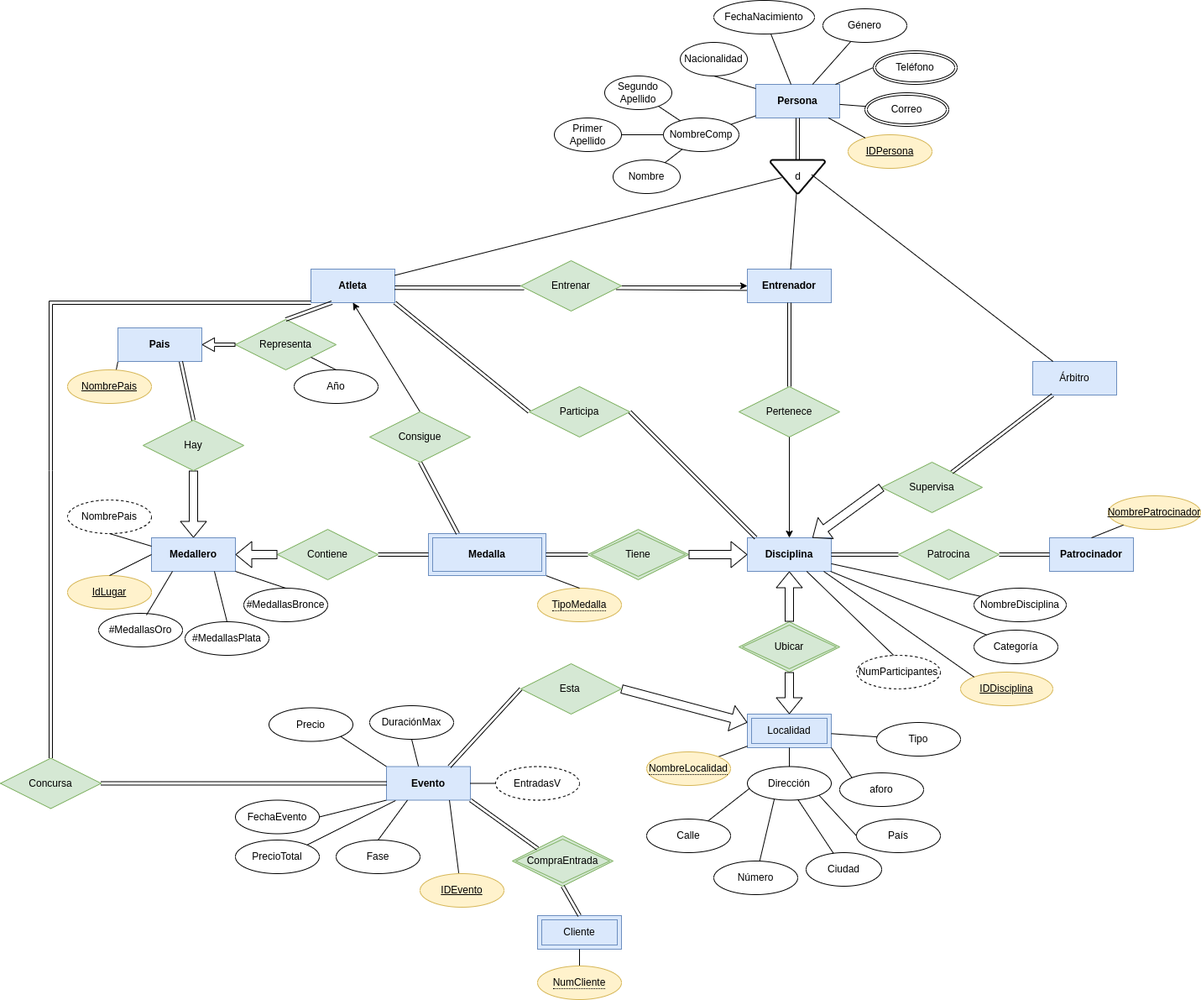
Above: practicas/Práctica04_Excelbenders/Diagramas/DiagramaOlimpiadas.drawio.png in JuanSosaCiencias/TrabajosBDD (draw.io), before the change. Source tidied: cells renumbered, new cells last; positions are measured from the earlier drawing's top-left corner, leaving out a move shared by most shapes.
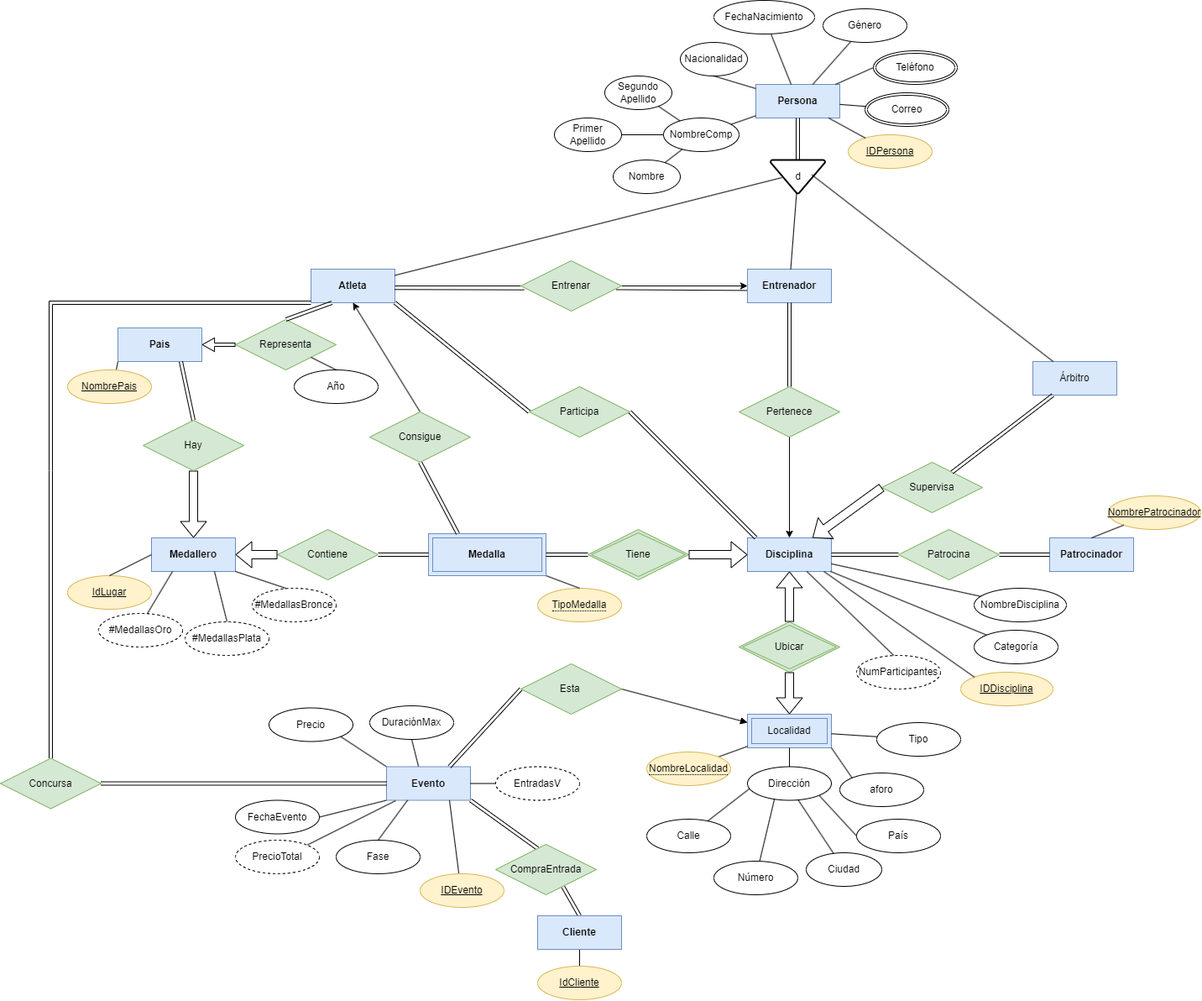
After the commit.

Commit message:
update: agrego el diagrama ER de Olimpiadas actualizado a lo mejor que pudimos.

Change to the diagram source:
```diff
@@ -249,7 +249,7 @@
     <mxCell id="79" style="endArrow=block;html=1;rounded=0;exitX=0;exitY=0.5;exitDx=0;exitDy=0;entryX=0.75;entryY=0;entryDx=0;entryDy=0;shape=link;startArrow=none;startFill=0;" parent="1" edge="1" source="107" target="73">
       <mxGeometry relative="1" as="geometry" />
     </mxCell>
-    <mxCell id="80" style="endArrow=block;html=1;rounded=0;entryX=0;entryY=0.25;entryDx=0;entryDy=0;shape=flexArrow;startArrow=none;startFill=0;exitX=1;exitY=0.5;exitDx=0;exitDy=0;" parent="1" edge="1" source="107" target="29">
+    <mxCell id="80" style="endArrow=block;html=1;rounded=0;entryX=0;entryY=0.25;entryDx=0;entryDy=0;startArrow=none;startFill=0;exitX=1;exitY=0.5;exitDx=0;exitDy=0;" parent="1" edge="1" source="107" target="29">
       <mxGeometry relative="1" as="geometry" />
     </mxCell>
     <mxCell id="81" value="DuraciónMax" style="ellipse;whiteSpace=wrap;html=1;align=center;" parent="1" vertex="1">
@@ -344,32 +344,28 @@
     <mxCell id="109" style="endArrow=none;html=1;rounded=0;entryX=1;entryY=0.5;entryDx=0;entryDy=0;exitX=0;exitY=0.5;exitDx=0;exitDy=0;" parent="1" edge="1" source="108" target="73">
       <mxGeometry relative="1" as="geometry" />
     </mxCell>
-    <mxCell id="110" value="Cliente" style="shape=ext;margin=3;double=1;whiteSpace=wrap;html=1;align=center;fillColor=#dae8fc;strokeColor=#6c8ebf;" parent="1" vertex="1">
-      <mxGeometry x="640" y="1090" width="100" height="40" as="geometry" />
-    </mxCell>
-    <mxCell id="111" value="PrecioTotal" style="ellipse;whiteSpace=wrap;html=1;align=center;" parent="1" vertex="1">
-      <mxGeometry x="280" y="1000" width="100" height="40" as="geometry" />
-    </mxCell>
-    <mxCell id="112" style="endArrow=none;html=1;rounded=0;exitX=0.108;exitY=1.012;exitDx=0;exitDy=0;entryX=1;entryY=0;entryDx=0;entryDy=0;exitPerimeter=0;" parent="1" edge="1" source="73" target="111">
-      <mxGeometry relative="1" as="geometry" />
+    <mxCell id="112" style="endArrow=none;html=1;rounded=0;exitX=0.108;exitY=1.012;exitDx=0;exitDy=0;entryX=1;entryY=0;entryDx=0;entryDy=0;exitPerimeter=0;" parent="1" edge="1" source="73">
+      <mxGeometry relative="1" as="geometry">
+        <mxPoint x="365.4" y="1005.9" as="targetPoint" />
+      </mxGeometry>
     </mxCell>
-    <mxCell id="113" style="endArrow=none;html=1;rounded=0;entryX=0.5;entryY=1;entryDx=0;entryDy=0;exitX=0.5;exitY=0;exitDx=0;exitDy=0;" parent="1" edge="1" target="110">
+    <mxCell id="113" style="endArrow=none;html=1;rounded=0;entryX=0.5;entryY=1;entryDx=0;entryDy=0;exitX=0.5;exitY=0;exitDx=0;exitDy=0;" parent="1" edge="1">
       <mxGeometry relative="1" as="geometry">
         <mxPoint x="690" y="1150" as="sourcePoint" />
+        <mxPoint x="690" y="1130" as="targetPoint" />
       </mxGeometry>
     </mxCell>
-    <mxCell id="114" value="CompraEntrada" style="shape=rhombus;double=1;perimeter=rhombusPerimeter;whiteSpace=wrap;html=1;align=center;fillColor=#d5e8d4;strokeColor=#82b366;" parent="1" vertex="1">
-      <mxGeometry x="610" y="995" width="120" height="60" as="geometry" />
-    </mxCell>
-    <mxCell id="115" style="endArrow=none;html=1;rounded=0;entryX=0.5;entryY=0;entryDx=0;entryDy=0;exitX=0.5;exitY=1;exitDx=0;exitDy=0;shape=link;" parent="1" edge="1" source="114" target="110">
-      <mxGeometry relative="1" as="geometry" />
+    <mxCell id="115" style="endArrow=none;html=1;rounded=0;entryX=0.5;entryY=0;entryDx=0;entryDy=0;exitX=0.5;exitY=1;exitDx=0;exitDy=0;shape=link;" parent="1" edge="1">
+      <mxGeometry relative="1" as="geometry">
+        <mxPoint x="670" y="1055" as="sourcePoint" />
+        <mxPoint x="690" y="1090" as="targetPoint" />
+      </mxGeometry>
     </mxCell>
-    <mxCell id="116" style="endArrow=none;html=1;rounded=0;entryX=0;entryY=0;entryDx=0;entryDy=0;exitX=1;exitY=1;exitDx=0;exitDy=0;shape=link;" parent="1" edge="1" source="73" target="114">
-      <mxGeometry relative="1" as="geometry" />
+    <mxCell id="116" style="endArrow=none;html=1;rounded=0;entryX=0;entryY=0;entryDx=0;entryDy=0;exitX=1;exitY=1;exitDx=0;exitDy=0;shape=link;" parent="1" edge="1" source="73">
+      <mxGeometry relative="1" as="geometry">
+        <mxPoint x="640" y="1010" as="targetPoint" />
+      </mxGeometry>
     </mxCell>
-    <mxCell id="117" value="&lt;span style=&quot;border-bottom: 1px dotted&quot;&gt;NumCliente&lt;/span&gt;" style="ellipse;whiteSpace=wrap;html=1;align=center;fillColor=#fff2cc;strokeColor=#d6b656;" parent="1" vertex="1">
-      <mxGeometry x="640" y="1150" width="100" height="40" as="geometry" />
-    </mxCell>
     <mxCell id="118" value="Tiene" style="shape=rhombus;double=1;perimeter=rhombusPerimeter;whiteSpace=wrap;html=1;align=center;fillColor=#d5e8d4;strokeColor=#82b366;" parent="1" vertex="1">
       <mxGeometry x="700" y="630" width="120" height="60" as="geometry" />
     </mxCell>
@@ -412,35 +408,26 @@
     <mxCell id="128" value="Medallero" style="whiteSpace=wrap;html=1;align=center;fontStyle=1;fillColor=#dae8fc;strokeColor=#6c8ebf;" parent="1" vertex="1">
       <mxGeometry x="180" y="640" width="100" height="40" as="geometry" />
     </mxCell>
-    <mxCell id="129" value="#MedallasOro" style="ellipse;whiteSpace=wrap;html=1;align=center;" parent="1" vertex="1">
-      <mxGeometry x="117" y="730" width="100" height="40" as="geometry" />
-    </mxCell>
     <mxCell id="130" value="IdLugar" style="ellipse;whiteSpace=wrap;html=1;align=center;fontStyle=4;fillColor=#fff2cc;strokeColor=#d6b656;" parent="1" vertex="1">
       <mxGeometry x="80" y="685" width="100" height="40" as="geometry" />
     </mxCell>
     <mxCell id="131" style="endArrow=none;html=1;rounded=0;entryX=0;entryY=0.5;entryDx=0;entryDy=0;exitX=0.5;exitY=0;exitDx=0;exitDy=0;startArrow=none;startFill=0;endFill=0;" parent="1" edge="1" source="130" target="128">
       <mxGeometry relative="1" as="geometry" />
     </mxCell>
-    <mxCell id="132" value="NombrePais" style="ellipse;whiteSpace=wrap;html=1;align=center;dashed=1;" parent="1" vertex="1">
-      <mxGeometry x="80" y="595" width="100" height="40" as="geometry" />
-    </mxCell>
-    <mxCell id="133" style="endArrow=none;html=1;rounded=0;entryX=0;entryY=0.25;entryDx=0;entryDy=0;exitX=0.5;exitY=1;exitDx=0;exitDy=0;startArrow=none;startFill=0;endFill=0;" parent="1" edge="1" source="132" target="128">
-      <mxGeometry relative="1" as="geometry" />
-    </mxCell>
-    <mxCell id="134" value="#MedallasPlata" style="ellipse;whiteSpace=wrap;html=1;align=center;" parent="1" vertex="1">
-      <mxGeometry x="220" y="740" width="100" height="40" as="geometry" />
-    </mxCell>
-    <mxCell id="135" value="#MedallasBronce" style="ellipse;whiteSpace=wrap;html=1;align=center;" parent="1" vertex="1">
-      <mxGeometry x="290" y="700" width="100" height="40" as="geometry" />
-    </mxCell>
-    <mxCell id="136" style="endArrow=none;html=1;rounded=0;entryX=0.25;entryY=1;entryDx=0;entryDy=0;exitX=0.57;exitY=0.05;exitDx=0;exitDy=0;startArrow=none;startFill=0;endFill=0;exitPerimeter=0;" parent="1" edge="1" source="129" target="128">
-      <mxGeometry relative="1" as="geometry" />
+    <mxCell id="136" style="endArrow=none;html=1;rounded=0;entryX=0.25;entryY=1;entryDx=0;entryDy=0;exitX=0.57;exitY=0.05;exitDx=0;exitDy=0;startArrow=none;startFill=0;endFill=0;exitPerimeter=0;" parent="1" edge="1" target="128">
+      <mxGeometry relative="1" as="geometry">
+        <mxPoint x="174" y="732" as="sourcePoint" />
+      </mxGeometry>
     </mxCell>
-    <mxCell id="137" style="endArrow=none;html=1;rounded=0;entryX=0.75;entryY=1;entryDx=0;entryDy=0;exitX=0.5;exitY=0;exitDx=0;exitDy=0;startArrow=none;startFill=0;endFill=0;" parent="1" edge="1" source="134" target="128">
-      <mxGeometry relative="1" as="geometry" />
+    <mxCell id="137" style="endArrow=none;html=1;rounded=0;entryX=0.75;entryY=1;entryDx=0;entryDy=0;exitX=0.5;exitY=0;exitDx=0;exitDy=0;startArrow=none;startFill=0;endFill=0;" parent="1" edge="1" target="128">
+      <mxGeometry relative="1" as="geometry">
+        <mxPoint x="270" y="740" as="sourcePoint" />
+      </mxGeometry>
     </mxCell>
-    <mxCell id="138" style="endArrow=none;html=1;rounded=0;entryX=1;entryY=1;entryDx=0;entryDy=0;exitX=0.5;exitY=0;exitDx=0;exitDy=0;startArrow=none;startFill=0;endFill=0;" parent="1" edge="1" source="135" target="128">
-      <mxGeometry relative="1" as="geometry" />
+    <mxCell id="138" style="endArrow=none;html=1;rounded=0;entryX=1;entryY=1;entryDx=0;entryDy=0;exitX=0.5;exitY=0;exitDx=0;exitDy=0;startArrow=none;startFill=0;endFill=0;" parent="1" edge="1" target="128">
+      <mxGeometry relative="1" as="geometry">
+        <mxPoint x="340" y="700" as="sourcePoint" />
+      </mxGeometry>
     </mxCell>
     <mxCell id="139" style="endArrow=block;html=1;rounded=0;entryX=1;entryY=0.5;entryDx=0;entryDy=0;exitX=0;exitY=0.5;exitDx=0;exitDy=0;startArrow=none;startFill=0;endFill=0;shape=flexArrow;" parent="1" edge="1" source="124" target="128">
       <mxGeometry relative="1" as="geometry" />
@@ -448,5 +435,26 @@
     <mxCell id="140" style="endArrow=none;html=1;rounded=0;entryX=1;entryY=0.5;entryDx=0;entryDy=0;exitX=0;exitY=0.5;exitDx=0;exitDy=0;startArrow=none;startFill=0;endFill=0;shape=link;" parent="1" edge="1" source="103" target="124">
       <mxGeometry relative="1" as="geometry" />
     </mxCell>
+    <mxCell id="111" value="PrecioTotal" style="ellipse;whiteSpace=wrap;html=1;align=center;dashed=1;" parent="1" vertex="1">
+      <mxGeometry x="280" y="1000" width="100" height="40" as="geometry" />
+    </mxCell>
+    <mxCell id="110" value="&lt;b&gt;Cliente&lt;/b&gt;" style="whiteSpace=wrap;html=1;align=center;fillColor=#dae8fc;strokeColor=#6c8ebf;" parent="1" vertex="1">
+      <mxGeometry x="640" y="1090" width="100" height="40" as="geometry" />
+    </mxCell>
+    <mxCell id="141" value="IdCliente" style="ellipse;whiteSpace=wrap;html=1;align=center;fontStyle=4;fillColor=#fff2cc;strokeColor=#d6b656;" parent="1" vertex="1">
+      <mxGeometry x="640" y="1150" width="100" height="40" as="geometry" />
+    </mxCell>
+    <mxCell id="114" value="CompraEntrada" style="shape=rhombus;perimeter=rhombusPerimeter;whiteSpace=wrap;html=1;align=center;fillColor=#d5e8d4;strokeColor=#82b366;" parent="1" vertex="1">
+      <mxGeometry x="590" y="1005" width="120" height="60" as="geometry" />
+    </mxCell>
+    <mxCell id="129" value="#MedallasOro" style="ellipse;whiteSpace=wrap;html=1;align=center;dashed=1;" parent="1" vertex="1">
+      <mxGeometry x="117" y="730" width="100" height="40" as="geometry" />
+    </mxCell>
+    <mxCell id="134" value="#MedallasPlata" style="ellipse;whiteSpace=wrap;html=1;align=center;dashed=1;" parent="1" vertex="1">
+      <mxGeometry x="220" y="740" width="100" height="40" as="geometry" />
+    </mxCell>
+    <mxCell id="135" value="#MedallasBronce" style="ellipse;whiteSpace=wrap;html=1;align=center;dashed=1;" parent="1" vertex="1">
+      <mxGeometry x="300" y="700" width="100" height="40" as="geometry" />
+    </mxCell>
   </root>
 </mxGraphModel>
```
